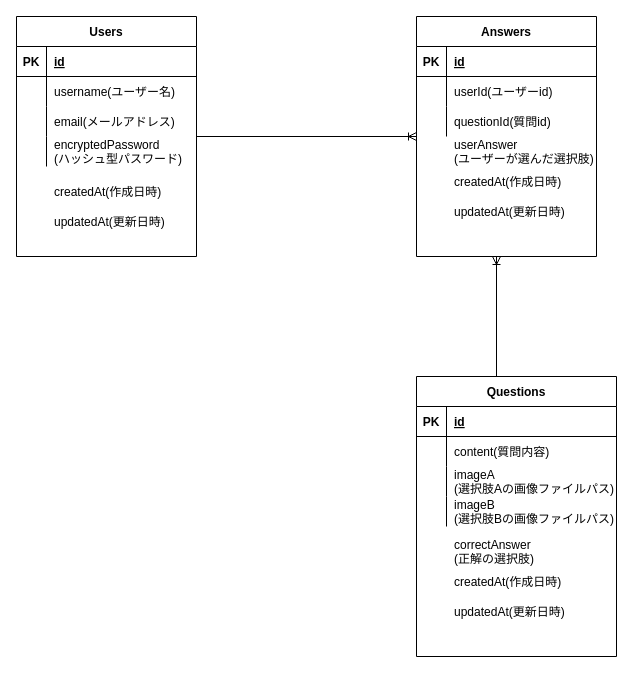
This is ER図(MVPリリース版).drawio from jannah-n/graduation_exam, a draw.io file, before an edit. Source tidied: cells renumbered, new cells numbered last; positions are measured from the earlier drawing's top-left corner, leaving out a move shared by most shapes. Both pictures are drawn from the tidied source at 100%, with x=0, y=0 at pixel (16, 16).
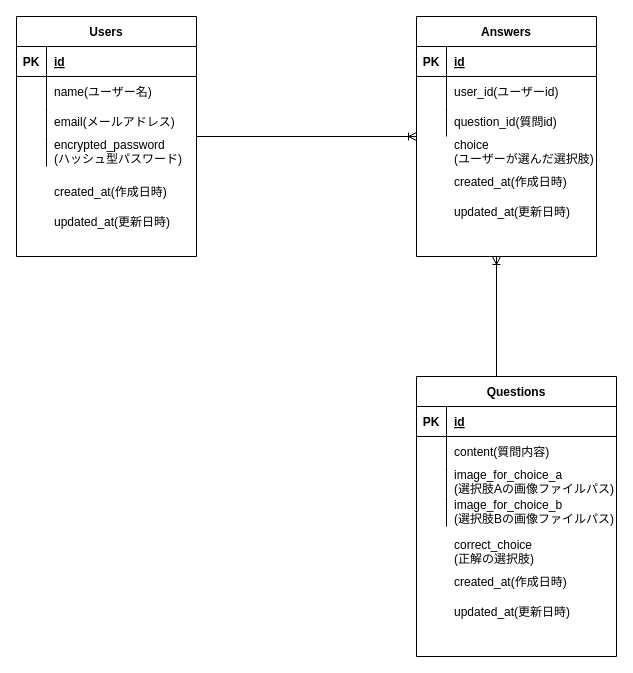
The same page after the edit.

Commit message (it also covers changes not shown here):
"ER図(MVPリリース版&本リリース版)のカラム名をスネークケースに統一" "一部のカラム名をより具体的に意味を表す名称に変更"

The change refers to these unchanged cells:
```xml
<mxCell id="2" style="group;" parent="1" vertex="1">
  <mxGeometry x="400" width="180" height="240" as="geometry" />
</mxCell>
<mxCell id="7" style="shape=tableRow;horizontal=0;startSize=0;swimlaneHead=0;swimlaneBody=0;fillColor=none;top=0;left=0;right=0;bottom=0;" parent="3" vertex="1">
  <mxGeometry y="60" width="180" height="30" as="geometry" />
</mxCell>
<mxCell id="10" style="shape=tableRow;horizontal=0;startSize=0;swimlaneHead=0;swimlaneBody=0;fillColor=none;top=0;left=0;right=0;bottom=0;" parent="3" vertex="1">
  <mxGeometry y="90" width="180" height="30" as="geometry" />
</mxCell>
<mxCell id="16" style="group;" parent="1" vertex="1">
  <mxGeometry width="180" height="240" as="geometry" />
</mxCell>
<mxCell id="21" style="shape=tableRow;horizontal=0;startSize=0;swimlaneHead=0;swimlaneBody=0;fillColor=none;top=0;left=0;right=0;bottom=0;" parent="17" vertex="1">
  <mxGeometry y="60" width="180" height="30" as="geometry" />
</mxCell>
<mxCell id="27" style="shape=tableRow;horizontal=0;startSize=0;swimlaneHead=0;swimlaneBody=0;fillColor=none;top=0;left=0;right=0;bottom=0;" parent="17" vertex="1">
  <mxGeometry y="120" width="180" height="30" as="geometry" />
</mxCell>
<mxCell id="32" style="group;" parent="1" vertex="1">
  <mxGeometry x="400" y="360" width="200" height="280" as="geometry" />
</mxCell>
<mxCell id="40" style="shape=tableRow;horizontal=0;startSize=0;swimlaneHead=0;swimlaneBody=0;fillColor=none;top=0;left=0;right=0;bottom=0;" parent="33" vertex="1">
  <mxGeometry y="90" width="200" height="30" as="geometry" />
</mxCell>
<mxCell id="43" style="shape=tableRow;horizontal=0;startSize=0;swimlaneHead=0;swimlaneBody=0;fillColor=none;top=0;left=0;right=0;bottom=0;" parent="33" vertex="1">
  <mxGeometry y="120" width="200" height="30" as="geometry" />
</mxCell>
```

Diff of the diagram source:
```diff
@@
-    <mxCell id="9" value="userId(ユーザーid)" style="shape=partialRectangle;fillColor=none;top=0;left=0;bottom=0;right=0;align=left;spacingLeft=6;overflow=hidden;" parent="7" vertex="1">
+    <mxCell id="9" value="user_id(ユーザーid)" style="shape=partialRectangle;fillColor=none;top=0;left=0;bottom=0;right=0;align=left;spacingLeft=6;overflow=hidden;" parent="7" vertex="1">
       <mxGeometry x="30" width="150" height="30" as="geometry" />
     </mxCell>
@@
-    <mxCell id="12" value="questionId(質問id)" style="shape=partialRectangle;fillColor=none;top=0;left=0;bottom=0;right=0;align=left;spacingLeft=6;overflow=hidden;" parent="10" vertex="1">
+    <mxCell id="12" value="question_id(質問id)" style="shape=partialRectangle;fillColor=none;top=0;left=0;bottom=0;right=0;align=left;spacingLeft=6;overflow=hidden;" parent="10" vertex="1">
       <mxGeometry x="30" width="150" height="30" as="geometry" />
     </mxCell>
-    <mxCell id="13" value="createdAt(作成日時)" style="shape=partialRectangle;fillColor=none;top=0;left=0;bottom=0;right=0;align=left;spacingLeft=6;overflow=hidden;" parent="2" vertex="1">
+    <mxCell id="13" value="created_at(作成日時)" style="shape=partialRectangle;fillColor=none;top=0;left=0;bottom=0;right=0;align=left;spacingLeft=6;overflow=hidden;" parent="2" vertex="1">
       <mxGeometry x="30" y="150" width="150" height="30" as="geometry" />
     </mxCell>
-    <mxCell id="14" value="updatedAt(更新日時)" style="shape=partialRectangle;fillColor=none;top=0;left=0;bottom=0;right=0;align=left;spacingLeft=6;overflow=hidden;" parent="2" vertex="1">
+    <mxCell id="14" value="updated_at(更新日時)" style="shape=partialRectangle;fillColor=none;top=0;left=0;bottom=0;right=0;align=left;spacingLeft=6;overflow=hidden;" parent="2" vertex="1">
       <mxGeometry x="30" y="180" width="150" height="30" as="geometry" />
     </mxCell>
-    <mxCell id="15" value="userAnswer&#10;(ユーザーが選んだ選択肢)" style="shape=partialRectangle;fillColor=none;top=0;left=0;bottom=0;right=0;align=left;spacingLeft=6;overflow=hidden;" parent="2" vertex="1">
+    <mxCell id="15" value="choice&#10;(ユーザーが選んだ選択肢)" style="shape=partialRectangle;fillColor=none;top=0;left=0;bottom=0;right=0;align=left;spacingLeft=6;overflow=hidden;" parent="2" vertex="1">
       <mxGeometry x="30" y="120" width="150" height="30" as="geometry" />
     </mxCell>
@@
-    <mxCell id="23" value="username(ユーザー名)" style="shape=partialRectangle;fillColor=none;top=0;left=0;bottom=0;right=0;align=left;spacingLeft=6;overflow=hidden;" parent="21" vertex="1">
+    <mxCell id="23" value="name(ユーザー名)" style="shape=partialRectangle;fillColor=none;top=0;left=0;bottom=0;right=0;align=left;spacingLeft=6;overflow=hidden;" parent="21" vertex="1">
       <mxGeometry x="30" width="150" height="30" as="geometry" />
     </mxCell>
@@
-    <mxCell id="29" value="encryptedPassword&#10;(ハッシュ型パスワード)" style="shape=partialRectangle;fillColor=none;top=0;left=0;bottom=0;right=0;align=left;spacingLeft=6;overflow=hidden;" parent="27" vertex="1">
+    <mxCell id="29" value="encrypted_password&#10;(ハッシュ型パスワード)" style="shape=partialRectangle;fillColor=none;top=0;left=0;bottom=0;right=0;align=left;spacingLeft=6;overflow=hidden;" parent="27" vertex="1">
       <mxGeometry x="30" width="150" height="30" as="geometry" />
     </mxCell>
-    <mxCell id="30" value="createdAt(作成日時)" style="shape=partialRectangle;fillColor=none;top=0;left=0;bottom=0;right=0;align=left;spacingLeft=6;overflow=hidden;" parent="16" vertex="1">
+    <mxCell id="30" value="created_at(作成日時)" style="shape=partialRectangle;fillColor=none;top=0;left=0;bottom=0;right=0;align=left;spacingLeft=6;overflow=hidden;" parent="16" vertex="1">
       <mxGeometry x="30" y="160" width="150" height="30" as="geometry" />
     </mxCell>
-    <mxCell id="31" value="updatedAt(更新日時)" style="shape=partialRectangle;fillColor=none;top=0;left=0;bottom=0;right=0;align=left;spacingLeft=6;overflow=hidden;" parent="16" vertex="1">
+    <mxCell id="31" value="updated_at(更新日時)" style="shape=partialRectangle;fillColor=none;top=0;left=0;bottom=0;right=0;align=left;spacingLeft=6;overflow=hidden;" parent="16" vertex="1">
       <mxGeometry x="30" y="190" width="150" height="30" as="geometry" />
     </mxCell>
@@
-    <mxCell id="42" value="imageA&#10;(選択肢Aの画像ファイルパス)" style="shape=partialRectangle;fillColor=none;top=0;left=0;bottom=0;right=0;align=left;spacingLeft=6;overflow=hidden;" parent="40" vertex="1">
+    <mxCell id="42" value="image_for_choice_a&#10;(選択肢Aの画像ファイルパス)" style="shape=partialRectangle;fillColor=none;top=0;left=0;bottom=0;right=0;align=left;spacingLeft=6;overflow=hidden;" parent="40" vertex="1">
       <mxGeometry x="30" width="170" height="30" as="geometry" />
     </mxCell>
@@
-    <mxCell id="45" value="imageB&#10;(選択肢Bの画像ファイルパス)" style="shape=partialRectangle;fillColor=none;top=0;left=0;bottom=0;right=0;align=left;spacingLeft=6;overflow=hidden;" parent="43" vertex="1">
+    <mxCell id="45" value="image_for_choice_b&#10;(選択肢Bの画像ファイルパス)" style="shape=partialRectangle;fillColor=none;top=0;left=0;bottom=0;right=0;align=left;spacingLeft=6;overflow=hidden;" parent="43" vertex="1">
       <mxGeometry x="30" width="170" height="30" as="geometry" />
     </mxCell>
-    <mxCell id="46" value="createdAt(作成日時)" style="shape=partialRectangle;fillColor=none;top=0;left=0;bottom=0;right=0;align=left;spacingLeft=6;overflow=hidden;" parent="32" vertex="1">
+    <mxCell id="46" value="created_at(作成日時)" style="shape=partialRectangle;fillColor=none;top=0;left=0;bottom=0;right=0;align=left;spacingLeft=6;overflow=hidden;" parent="32" vertex="1">
       <mxGeometry x="30" y="190" width="170" height="30" as="geometry" />
     </mxCell>
-    <mxCell id="47" value="updatedAt(更新日時)" style="shape=partialRectangle;fillColor=none;top=0;left=0;bottom=0;right=0;align=left;spacingLeft=6;overflow=hidden;" parent="32" vertex="1">
+    <mxCell id="47" value="updated_at(更新日時)" style="shape=partialRectangle;fillColor=none;top=0;left=0;bottom=0;right=0;align=left;spacingLeft=6;overflow=hidden;" parent="32" vertex="1">
       <mxGeometry x="30" y="220" width="170" height="30" as="geometry" />
     </mxCell>
-    <mxCell id="48" value="correctAnswer&#10;(正解の選択肢)" style="shape=partialRectangle;fillColor=none;top=0;left=0;bottom=0;right=0;align=left;spacingLeft=6;overflow=hidden;" parent="32" vertex="1">
+    <mxCell id="48" value="correct_choice&#10;(正解の選択肢)" style="shape=partialRectangle;fillColor=none;top=0;left=0;bottom=0;right=0;align=left;spacingLeft=6;overflow=hidden;" parent="32" vertex="1">
       <mxGeometry x="30" y="160" width="170" height="30" as="geometry" />
     </mxCell>
```
